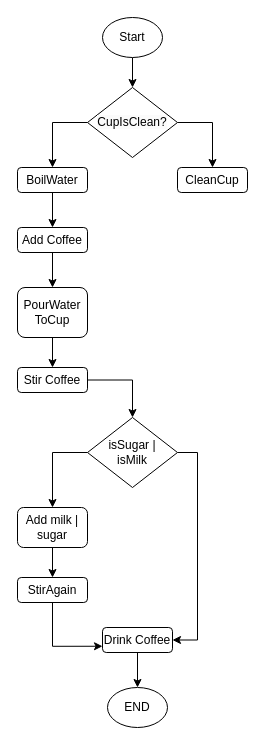
Above: Untitled Diagram.drawio in royalguard14/ACLCSummer (draw.io), before the change. Source tidied: cells renumbered, new cells numbered last; positions are measured from the earlier drawing's top-left corner, leaving out a move shared by most shapes. Both pictures are drawn from the tidied source at 100%, with x=0, y=0 at pixel (17, 17).
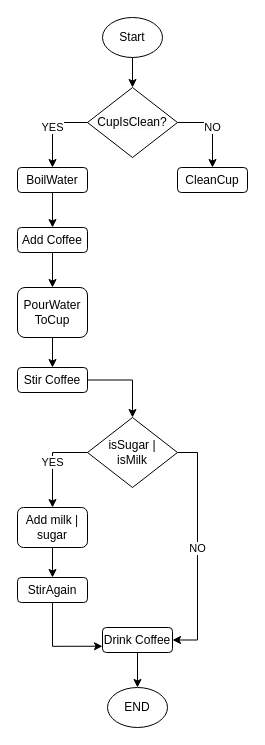
Above is the later version.

Unchanged cells that the change refers to:
```xml
<mxCell id="6" value="&lt;div&gt;&lt;span style=&quot;color: rgb(0, 0, 0); font-family: Helvetica; font-size: 12px; font-style: normal; font-variant-ligatures: normal; font-variant-caps: normal; font-weight: 400; letter-spacing: normal; orphans: 2; text-align: center; text-indent: 0px; text-transform: none; widows: 2; word-spacing: 0px; -webkit-text-stroke-width: 0px; white-space: normal; background-color: rgb(251, 251, 251); text-decoration-thickness: initial; text-decoration-style: initial; text-decoration-color: initial; display: inline !important; float: none;&quot;&gt;&lt;br&gt;&lt;/span&gt;&lt;/div&gt;&lt;div&gt;&lt;span style=&quot;color: rgb(0, 0, 0); font-family: Helvetica; font-size: 12px; font-style: normal; font-variant-ligatures: normal; font-variant-caps: normal; font-weight: 400; letter-spacing: normal; orphans: 2; text-align: center; text-indent: 0px; text-transform: none; widows: 2; word-spacing: 0px; -webkit-text-stroke-width: 0px; white-space: normal; background-color: rgb(251, 251, 251); text-decoration-thickness: initial; text-decoration-style: initial; text-decoration-color: initial; display: inline !important; float: none;&quot;&gt;CupIsClean?&lt;/span&gt;&lt;br&gt;&lt;br&gt;&lt;/div&gt;" style="rhombus;whiteSpace=wrap;html=1;" parent="1" vertex="1">
  <mxGeometry x="70" y="70" width="90" height="70" as="geometry" />
</mxCell>
<mxCell id="7" value="CleanCup" style="rounded=1;whiteSpace=wrap;html=1;" parent="1" vertex="1">
  <mxGeometry x="160" y="150" width="70" height="25" as="geometry" />
</mxCell>
<mxCell id="9" value="BoilWater" style="rounded=1;whiteSpace=wrap;html=1;" parent="1" vertex="1">
  <mxGeometry y="150" width="70" height="25" as="geometry" />
</mxCell>
<mxCell id="18" value="isSugar |&lt;br&gt;isMilk" style="rhombus;whiteSpace=wrap;html=1;" parent="1" vertex="1">
  <mxGeometry x="70" y="400" width="90" height="70" as="geometry" />
</mxCell>
<mxCell id="20" value="Add milk | sugar" style="rounded=1;whiteSpace=wrap;html=1;" parent="1" vertex="1">
  <mxGeometry y="490" width="70" height="40" as="geometry" />
</mxCell>
<mxCell id="24" value="Drink Coffee" style="rounded=1;whiteSpace=wrap;html=1;" parent="1" vertex="1">
  <mxGeometry x="85" y="610" width="70" height="25" as="geometry" />
</mxCell>
```

What changed in the source:
```diff
@@
-    <mxCell id="4" style="edgeStyle=orthogonalEdgeStyle;rounded=0;jettySize=auto;html=1;exitX=1;exitY=0.5;exitDx=0;exitDy=0;" parent="1" edge="1" source="6" target="7">
+    <mxCell id="4" value="NO" style="edgeStyle=orthogonalEdgeStyle;rounded=0;jettySize=auto;html=1;exitX=1;exitY=0.5;exitDx=0;exitDy=0;" parent="1" edge="1" source="6" target="7">
       <mxGeometry relative="1" as="geometry" />
     </mxCell>
-    <mxCell id="5" style="edgeStyle=orthogonalEdgeStyle;rounded=0;jettySize=auto;html=1;exitX=0;exitY=0.5;exitDx=0;exitDy=0;entryX=0.5;entryY=0;entryDx=0;entryDy=0;" parent="1" edge="1" source="6" target="9">
+    <mxCell id="5" value="YES" style="edgeStyle=orthogonalEdgeStyle;rounded=0;jettySize=auto;html=1;exitX=0;exitY=0.5;exitDx=0;exitDy=0;entryX=0.5;entryY=0;entryDx=0;entryDy=0;" parent="1" edge="1" source="6" target="9">
       <mxGeometry relative="1" as="geometry" />
     </mxCell>
@@
-    <mxCell id="16" style="edgeStyle=orthogonalEdgeStyle;rounded=0;jettySize=auto;html=1;exitX=1;exitY=0.5;exitDx=0;exitDy=0;entryX=1;entryY=0.5;entryDx=0;entryDy=0;" parent="1" edge="1" source="18" target="24">
+    <mxCell id="16" value="NO" style="edgeStyle=orthogonalEdgeStyle;rounded=0;jettySize=auto;html=1;exitX=1;exitY=0.5;exitDx=0;exitDy=0;entryX=1;entryY=0.5;entryDx=0;entryDy=0;" parent="1" edge="1" source="18" target="24">
       <mxGeometry relative="1" as="geometry" />
     </mxCell>
-    <mxCell id="17" style="edgeStyle=orthogonalEdgeStyle;rounded=0;jettySize=auto;html=1;exitX=0;exitY=0.5;exitDx=0;exitDy=0;entryX=0.5;entryY=0;entryDx=0;entryDy=0;" parent="1" edge="1" source="18" target="20">
+    <mxCell id="17" value="YES" style="edgeStyle=orthogonalEdgeStyle;rounded=0;jettySize=auto;html=1;exitX=0;exitY=0.5;exitDx=0;exitDy=0;entryX=0.5;entryY=0;entryDx=0;entryDy=0;" parent="1" edge="1" source="18" target="20">
       <mxGeometry relative="1" as="geometry" />
     </mxCell>
```
